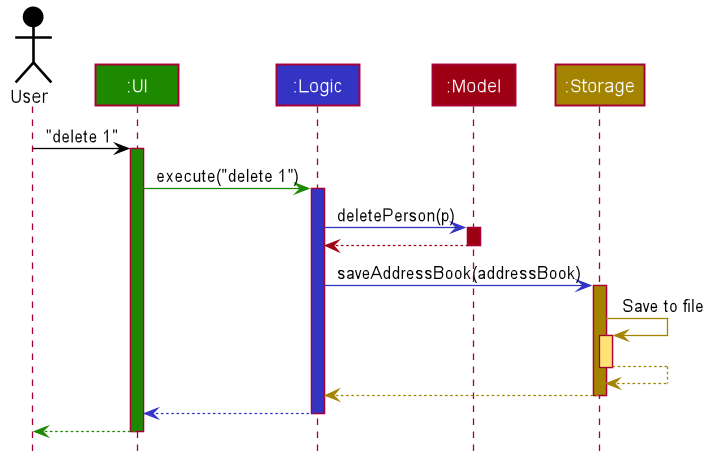
Before: docs/images/ArchitectureSequenceDiagram.png, a diagram exported from PlantUML (nus-cs2103-AY2223S1/tp).
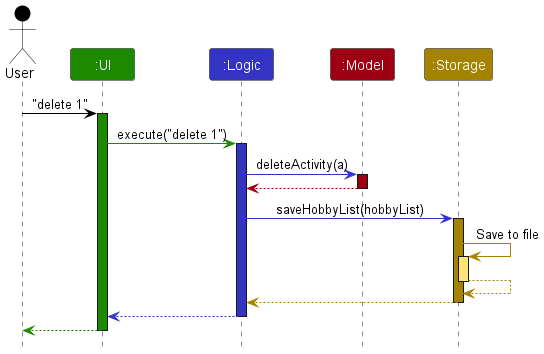
Above is the later version.

Diff of the diagram source:
```diff
@@ -1,85 +1,38 @@
 @startuml
+!include style.puml
 
+Actor User as user USER_COLOR
+Participant ":UI" as ui UI_COLOR
+Participant ":Logic" as logic LOGIC_COLOR
+Participant ":Model" as model MODEL_COLOR
+Participant ":Storage" as storage STORAGE_COLOR
 
+user -[USER_COLOR]> ui : "delete 1"
+activate ui UI_COLOR
 
+ui -[UI_COLOR]> logic : execute("delete 1")
+activate logic LOGIC_COLOR
 
+logic -[LOGIC_COLOR]> model : deleteActivity(a)
+activate model MODEL_COLOR
 
-
-
-
-skinparam BackgroundColor #FFFFFFF
-
-skinparam Shadowing false
-
-skinparam Class {
-    FontColor #FFFFFF
-    BorderThickness 1
-    BorderColor #FFFFFF
-    StereotypeFontColor #FFFFFF
-    FontName Arial
-}
-
-skinparam Actor {
-    BorderColor #000000
-    Color #000000
-    FontName Arial
-}
-
-skinparam Sequence {
-    MessageAlign center
-    BoxFontSize 15
-    BoxPadding 0
-    BoxFontColor #FFFFFF
-    FontName Arial
-}
-
-skinparam Participant {
-    FontColor #FFFFFFF
-    Padding 20
-}
-
-skinparam MinClassWidth 50
-skinparam ParticipantPadding 10
-skinparam Shadowing false
-skinparam DefaultTextAlignment center
-skinparam packageStyle Rectangle
-
-hide footbox
-hide members
-hide circle
-
-Actor User as user #000000
-Participant ":UI" as ui #1D8900
-Participant ":Logic" as logic #3333C4
-Participant ":Model" as model #9D0012
-Participant ":Storage" as storage #A38300
-
-user -[#000000]> ui : "delete 1"
-activate ui #1D8900
-
-ui -[#1D8900]> logic : execute("delete 1")
-activate logic #3333C4
-
-logic -[#3333C4]> model : deletePerson(p)
-activate model #9D0012
-
-model -[#9D0012]-> logic
+model -[MODEL_COLOR]-> logic
 deactivate model
 
-logic -[#3333C4]> storage : saveAddressBook(addressBook)
-activate storage #A38300
+logic -[LOGIC_COLOR]> storage : saveHobbyList(hobbyList)
+activate storage STORAGE_COLOR
 
-storage -[#A38300]> storage : Save to file
-activate storage #FFE374
-storage --[#A38300]> storage
+storage -[STORAGE_COLOR]> storage : Save to file
+activate storage STORAGE_COLOR_T1
+storage --[STORAGE_COLOR]> storage
 deactivate storage
 
-storage --[#A38300]> logic
+storage --[STORAGE_COLOR]> logic
 deactivate storage
 
-logic --[#3333C4]> ui
+logic --[LOGIC_COLOR]> ui
 deactivate logic
 
-ui--[#1D8900]> user
+ui--[UI_COLOR]> user
 deactivate ui
 @enduml
```
